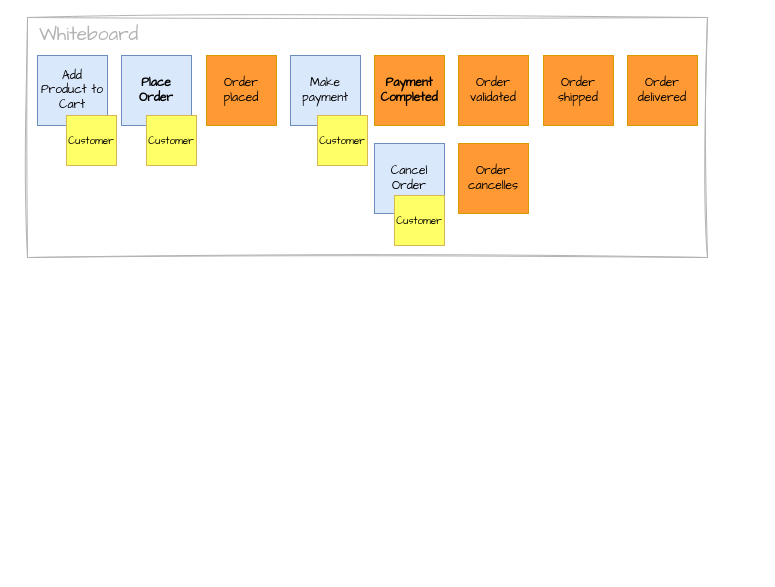
Before: page "01-BP03" (3 of 12) of content/en/knowledgebase/ddd-eventstorming/eventstorming.drawio in mauvaisetroupe/architech, a draw.io diagram. Source tidied: cells renumbered, new cells numbered last; positions are measured from the earlier drawing's top-left corner, leaving out a move shared by most shapes. Both pictures are drawn from the tidied source at 100%, with x=0, y=0 at pixel (27, 17).
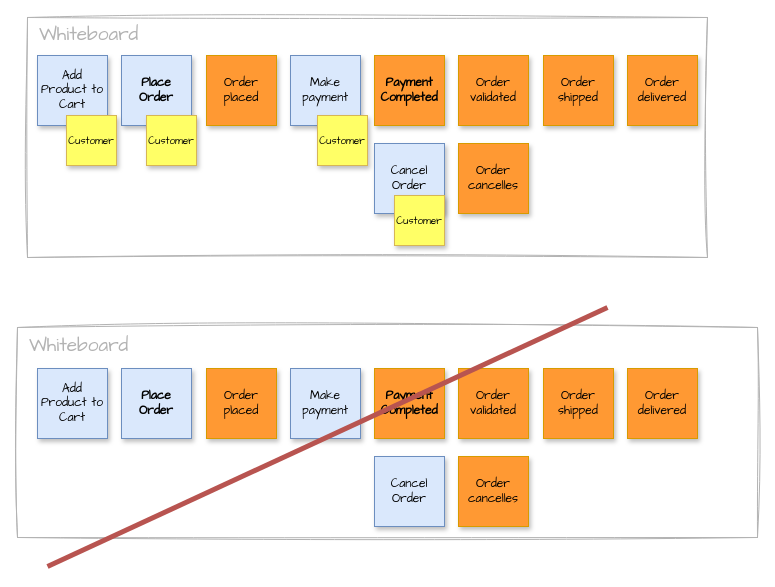
The same diagram, later.

The edit, as a diff of the source:
```diff
@@
-    <mxCell id="3" value="Order placed" style="whiteSpace=wrap;html=1;hachureGap=4;fontFamily=Architects Daughter;fillColor=#FF9933;strokeColor=#d79b00;spacingTop=2;spacingLeft=2;spacingBottom=2;spacingRight=2;align=center;verticalAlign=middle;fontSize=12;fontColor=default;" parent="1" vertex="1">
+    <mxCell id="3" value="Order placed" style="whiteSpace=wrap;html=1;hachureGap=4;fontFamily=Architects Daughter;fillColor=#FF9933;strokeColor=#d79b00;spacingTop=2;spacingLeft=2;spacingBottom=2;spacingRight=2;align=center;verticalAlign=middle;fontSize=12;fontColor=default;shadow=1;" parent="1" vertex="1">
       <mxGeometry x="179" y="38" width="70" height="70" as="geometry" />
     </mxCell>
-    <mxCell id="4" value="Order validated" style="whiteSpace=wrap;html=1;hachureGap=4;fontFamily=Architects Daughter;fillColor=#FF9933;strokeColor=#d79b00;spacingTop=2;spacingLeft=2;spacingBottom=2;spacingRight=2;align=center;verticalAlign=middle;fontSize=12;fontColor=default;" parent="1" vertex="1">
+    <mxCell id="4" value="Order validated" style="whiteSpace=wrap;html=1;hachureGap=4;fontFamily=Architects Daughter;fillColor=#FF9933;strokeColor=#d79b00;spacingTop=2;spacingLeft=2;spacingBottom=2;spacingRight=2;align=center;verticalAlign=middle;fontSize=12;fontColor=default;shadow=1;" parent="1" vertex="1">
       <mxGeometry x="431" y="38" width="70" height="70" as="geometry" />
     </mxCell>
-    <mxCell id="5" value="Order shipped" style="whiteSpace=wrap;html=1;hachureGap=4;fontFamily=Architects Daughter;fillColor=#FF9933;strokeColor=#d79b00;spacingTop=2;spacingLeft=2;spacingBottom=2;spacingRight=2;align=center;verticalAlign=middle;fontSize=12;fontColor=default;" parent="1" vertex="1">
+    <mxCell id="5" value="Order shipped" style="whiteSpace=wrap;html=1;hachureGap=4;fontFamily=Architects Daughter;fillColor=#FF9933;strokeColor=#d79b00;spacingTop=2;spacingLeft=2;spacingBottom=2;spacingRight=2;align=center;verticalAlign=middle;fontSize=12;fontColor=default;shadow=1;" parent="1" vertex="1">
       <mxGeometry x="516" y="38" width="70" height="70" as="geometry" />
     </mxCell>
-    <mxCell id="6" value="Order delivered" style="whiteSpace=wrap;html=1;hachureGap=4;fontFamily=Architects Daughter;fillColor=#FF9933;strokeColor=#d79b00;spacingTop=2;spacingLeft=2;spacingBottom=2;spacingRight=2;align=center;verticalAlign=middle;fontSize=12;fontColor=default;" parent="1" vertex="1">
+    <mxCell id="6" value="Order delivered" style="whiteSpace=wrap;html=1;hachureGap=4;fontFamily=Architects Daughter;fillColor=#FF9933;strokeColor=#d79b00;spacingTop=2;spacingLeft=2;spacingBottom=2;spacingRight=2;align=center;verticalAlign=middle;fontSize=12;fontColor=default;shadow=1;" parent="1" vertex="1">
       <mxGeometry x="600" y="38" width="70" height="70" as="geometry" />
     </mxCell>
-    <mxCell id="7" value="Order cancelles" style="whiteSpace=wrap;html=1;hachureGap=4;fontFamily=Architects Daughter;fillColor=#FF9933;strokeColor=#d79b00;spacingTop=2;spacingLeft=2;spacingBottom=2;spacingRight=2;" parent="1" vertex="1">
+    <mxCell id="7" value="Order cancelles" style="whiteSpace=wrap;html=1;hachureGap=4;fontFamily=Architects Daughter;fillColor=#FF9933;strokeColor=#d79b00;spacingTop=2;spacingLeft=2;spacingBottom=2;spacingRight=2;shadow=1;" parent="1" vertex="1">
       <mxGeometry x="431" y="126" width="70" height="70" as="geometry" />
     </mxCell>
-    <mxCell id="8" value="Add Product to Cart" style="whiteSpace=wrap;html=1;hachureGap=4;fontFamily=Architects Daughter;fillColor=#dae8fc;strokeColor=#6c8ebf;spacingTop=2;spacingLeft=2;spacingBottom=2;spacingRight=2;align=center;verticalAlign=middle;fontSize=12;" parent="1" vertex="1">
+    <mxCell id="8" value="Add Product to Cart" style="whiteSpace=wrap;html=1;hachureGap=4;fontFamily=Architects Daughter;fillColor=#dae8fc;strokeColor=#6c8ebf;spacingTop=2;spacingLeft=2;spacingBottom=2;spacingRight=2;align=center;verticalAlign=middle;fontSize=12;shadow=1;" parent="1" vertex="1">
       <mxGeometry x="10" y="38" width="70" height="70" as="geometry" />
     </mxCell>
-    <mxCell id="9" value="&lt;strong&gt;Place Order&lt;/strong&gt;" style="whiteSpace=wrap;html=1;hachureGap=4;fontFamily=Architects Daughter;fillColor=#dae8fc;strokeColor=#6c8ebf;spacingTop=2;spacingLeft=2;spacingBottom=2;spacingRight=2;align=center;verticalAlign=middle;fontSize=12;" parent="1" vertex="1">
+    <mxCell id="9" value="&lt;strong&gt;Place Order&lt;/strong&gt;" style="whiteSpace=wrap;html=1;hachureGap=4;fontFamily=Architects Daughter;fillColor=#dae8fc;strokeColor=#6c8ebf;spacingTop=2;spacingLeft=2;spacingBottom=2;spacingRight=2;align=center;verticalAlign=middle;fontSize=12;shadow=1;" parent="1" vertex="1">
       <mxGeometry x="94" y="38" width="70" height="70" as="geometry" />
     </mxCell>
-    <mxCell id="10" value="Cancel Order" style="whiteSpace=wrap;html=1;hachureGap=4;fontFamily=Architects Daughter;fillColor=#dae8fc;strokeColor=#6c8ebf;spacingTop=2;spacingLeft=2;spacingBottom=2;spacingRight=2;align=center;verticalAlign=middle;fontSize=12;" parent="1" vertex="1">
+    <mxCell id="10" value="Cancel Order" style="whiteSpace=wrap;html=1;hachureGap=4;fontFamily=Architects Daughter;fillColor=#dae8fc;strokeColor=#6c8ebf;spacingTop=2;spacingLeft=2;spacingBottom=2;spacingRight=2;align=center;verticalAlign=middle;fontSize=12;shadow=1;" parent="1" vertex="1">
       <mxGeometry x="347" y="126" width="70" height="70" as="geometry" />
     </mxCell>
-    <mxCell id="11" value="Make payment" style="whiteSpace=wrap;html=1;hachureGap=4;fontFamily=Architects Daughter;fillColor=#dae8fc;strokeColor=#6c8ebf;spacingTop=2;spacingLeft=2;spacingBottom=2;spacingRight=2;align=center;verticalAlign=middle;fontSize=12;" parent="1" vertex="1">
+    <mxCell id="11" value="Make payment" style="whiteSpace=wrap;html=1;hachureGap=4;fontFamily=Architects Daughter;fillColor=#dae8fc;strokeColor=#6c8ebf;spacingTop=2;spacingLeft=2;spacingBottom=2;spacingRight=2;align=center;verticalAlign=middle;fontSize=12;shadow=1;" parent="1" vertex="1">
       <mxGeometry x="263" y="38" width="70" height="70" as="geometry" />
     </mxCell>
-    <mxCell id="12" value="&lt;strong&gt;Payment Completed&lt;/strong&gt;" style="whiteSpace=wrap;html=1;hachureGap=4;fontFamily=Architects Daughter;fillColor=#FF9933;strokeColor=#d79b00;spacingTop=2;spacingLeft=2;spacingBottom=2;spacingRight=2;" parent="1" vertex="1">
+    <mxCell id="12" value="&lt;strong&gt;Payment Completed&lt;/strong&gt;" style="whiteSpace=wrap;html=1;hachureGap=4;fontFamily=Architects Daughter;fillColor=#FF9933;strokeColor=#d79b00;spacingTop=2;spacingLeft=2;spacingBottom=2;spacingRight=2;shadow=1;" parent="1" vertex="1">
       <mxGeometry x="347" y="38" width="70" height="70" as="geometry" />
     </mxCell>
-    <mxCell id="13" value="Customer" style="whiteSpace=wrap;html=1;hachureGap=4;fontFamily=Architects Daughter;fillColor=#FFFF66;strokeColor=#d6b656;spacingTop=2;spacingLeft=2;spacingBottom=2;spacingRight=2;fontSize=10;" parent="1" vertex="1">
+    <mxCell id="13" value="Customer" style="whiteSpace=wrap;html=1;hachureGap=4;fontFamily=Architects Daughter;fillColor=#FFFF66;strokeColor=#d6b656;spacingTop=2;spacingLeft=2;spacingBottom=2;spacingRight=2;fontSize=10;shadow=1;" parent="1" vertex="1">
       <mxGeometry x="39" y="98" width="50" height="50" as="geometry" />
     </mxCell>
-    <mxCell id="14" value="Customer" style="whiteSpace=wrap;html=1;hachureGap=4;fontFamily=Architects Daughter;fillColor=#FFFF66;strokeColor=#d6b656;spacingTop=2;spacingLeft=2;spacingBottom=2;spacingRight=2;fontSize=10;" parent="1" vertex="1">
+    <mxCell id="14" value="Customer" style="whiteSpace=wrap;html=1;hachureGap=4;fontFamily=Architects Daughter;fillColor=#FFFF66;strokeColor=#d6b656;spacingTop=2;spacingLeft=2;spacingBottom=2;spacingRight=2;fontSize=10;shadow=1;" parent="1" vertex="1">
       <mxGeometry x="119" y="98" width="50" height="50" as="geometry" />
     </mxCell>
-    <mxCell id="15" value="Customer" style="whiteSpace=wrap;html=1;hachureGap=4;fontFamily=Architects Daughter;fillColor=#FFFF66;strokeColor=#d6b656;spacingTop=2;spacingLeft=2;spacingBottom=2;spacingRight=2;fontSize=10;" parent="1" vertex="1">
+    <mxCell id="15" value="Customer" style="whiteSpace=wrap;html=1;hachureGap=4;fontFamily=Architects Daughter;fillColor=#FFFF66;strokeColor=#d6b656;spacingTop=2;spacingLeft=2;spacingBottom=2;spacingRight=2;fontSize=10;shadow=1;" parent="1" vertex="1">
       <mxGeometry x="290" y="98" width="50" height="50" as="geometry" />
     </mxCell>
-    <mxCell id="16" value="Customer" style="whiteSpace=wrap;html=1;hachureGap=4;fontFamily=Architects Daughter;fillColor=#FFFF66;strokeColor=#d6b656;spacingTop=2;spacingLeft=2;spacingBottom=2;spacingRight=2;fontSize=10;" parent="1" vertex="1">
+    <mxCell id="16" value="Customer" style="whiteSpace=wrap;html=1;hachureGap=4;fontFamily=Architects Daughter;fillColor=#FFFF66;strokeColor=#d6b656;spacingTop=2;spacingLeft=2;spacingBottom=2;spacingRight=2;fontSize=10;shadow=1;" parent="1" vertex="1">
       <mxGeometry x="367" y="178" width="50" height="50" as="geometry" />
     </mxCell>
@@
+    <mxCell id="18" style="rounded=0;whiteSpace=wrap;html=1;sketch=1;hachureGap=4;jiggle=2;curveFitting=1;fontFamily=Architects Daughter;strokeColor=#B3B3B3;" parent="1" vertex="1">
+      <mxGeometry x="-10" y="310" width="740" height="210" as="geometry" />
+    </mxCell>
+    <mxCell id="19" value="Order placed" style="whiteSpace=wrap;html=1;hachureGap=4;fontFamily=Architects Daughter;fillColor=#FF9933;strokeColor=#d79b00;spacingTop=2;spacingLeft=2;spacingBottom=2;spacingRight=2;align=center;verticalAlign=middle;fontSize=12;fontColor=default;shadow=1;" parent="1" vertex="1">
+      <mxGeometry x="179" y="351" width="70" height="70" as="geometry" />
+    </mxCell>
+    <mxCell id="20" value="Order validated" style="whiteSpace=wrap;html=1;hachureGap=4;fontFamily=Architects Daughter;fillColor=#FF9933;strokeColor=#d79b00;spacingTop=2;spacingLeft=2;spacingBottom=2;spacingRight=2;align=center;verticalAlign=middle;fontSize=12;fontColor=default;shadow=1;" parent="1" vertex="1">
+      <mxGeometry x="431" y="351" width="70" height="70" as="geometry" />
+    </mxCell>
+    <mxCell id="21" value="Order shipped" style="whiteSpace=wrap;html=1;hachureGap=4;fontFamily=Architects Daughter;fillColor=#FF9933;strokeColor=#d79b00;spacingTop=2;spacingLeft=2;spacingBottom=2;spacingRight=2;align=center;verticalAlign=middle;fontSize=12;fontColor=default;shadow=1;" parent="1" vertex="1">
+      <mxGeometry x="516" y="351" width="70" height="70" as="geometry" />
+    </mxCell>
+    <mxCell id="22" value="Order delivered" style="whiteSpace=wrap;html=1;hachureGap=4;fontFamily=Architects Daughter;fillColor=#FF9933;strokeColor=#d79b00;spacingTop=2;spacingLeft=2;spacingBottom=2;spacingRight=2;align=center;verticalAlign=middle;fontSize=12;fontColor=default;shadow=1;" parent="1" vertex="1">
+      <mxGeometry x="600" y="351" width="70" height="70" as="geometry" />
+    </mxCell>
+    <mxCell id="23" value="Order cancelles" style="whiteSpace=wrap;html=1;hachureGap=4;fontFamily=Architects Daughter;fillColor=#FF9933;strokeColor=#d79b00;spacingTop=2;spacingLeft=2;spacingBottom=2;spacingRight=2;shadow=1;" parent="1" vertex="1">
+      <mxGeometry x="431" y="439" width="70" height="70" as="geometry" />
+    </mxCell>
+    <mxCell id="24" value="Add Product to Cart" style="whiteSpace=wrap;html=1;hachureGap=4;fontFamily=Architects Daughter;fillColor=#dae8fc;strokeColor=#6c8ebf;spacingTop=2;spacingLeft=2;spacingBottom=2;spacingRight=2;align=center;verticalAlign=middle;fontSize=12;shadow=1;" parent="1" vertex="1">
+      <mxGeometry x="10" y="351" width="70" height="70" as="geometry" />
+    </mxCell>
+    <mxCell id="25" value="&lt;strong&gt;Place Order&lt;/strong&gt;" style="whiteSpace=wrap;html=1;hachureGap=4;fontFamily=Architects Daughter;fillColor=#dae8fc;strokeColor=#6c8ebf;spacingTop=2;spacingLeft=2;spacingBottom=2;spacingRight=2;align=center;verticalAlign=middle;fontSize=12;shadow=1;" parent="1" vertex="1">
+      <mxGeometry x="94" y="351" width="70" height="70" as="geometry" />
+    </mxCell>
+    <mxCell id="26" value="Cancel Order" style="whiteSpace=wrap;html=1;hachureGap=4;fontFamily=Architects Daughter;fillColor=#dae8fc;strokeColor=#6c8ebf;spacingTop=2;spacingLeft=2;spacingBottom=2;spacingRight=2;align=center;verticalAlign=middle;fontSize=12;shadow=1;" parent="1" vertex="1">
+      <mxGeometry x="347" y="439" width="70" height="70" as="geometry" />
+    </mxCell>
+    <mxCell id="27" value="Make payment" style="whiteSpace=wrap;html=1;hachureGap=4;fontFamily=Architects Daughter;fillColor=#dae8fc;strokeColor=#6c8ebf;spacingTop=2;spacingLeft=2;spacingBottom=2;spacingRight=2;align=center;verticalAlign=middle;fontSize=12;shadow=1;" parent="1" vertex="1">
+      <mxGeometry x="263" y="351" width="70" height="70" as="geometry" />
+    </mxCell>
+    <mxCell id="28" value="&lt;strong&gt;Payment Completed&lt;/strong&gt;" style="whiteSpace=wrap;html=1;hachureGap=4;fontFamily=Architects Daughter;fillColor=#FF9933;strokeColor=#d79b00;spacingTop=2;spacingLeft=2;spacingBottom=2;spacingRight=2;shadow=1;" parent="1" vertex="1">
+      <mxGeometry x="347" y="351" width="70" height="70" as="geometry" />
+    </mxCell>
+    <mxCell id="29" value="&lt;span style=&quot;font-family: &amp;quot;Architects Daughter&amp;quot;; font-size: 19px; font-style: normal; font-variant-ligatures: normal; font-variant-caps: normal; font-weight: 400; letter-spacing: normal; orphans: 2; text-align: center; text-indent: 0px; text-transform: none; widows: 2; word-spacing: 0px; -webkit-text-stroke-width: 0px; white-space: nowrap; background-color: rgb(255, 255, 255); text-decoration-thickness: initial; text-decoration-style: initial; text-decoration-color: initial; float: none; display: inline !important;&quot;&gt;Whiteboard&lt;/span&gt;" style="text;whiteSpace=wrap;html=1;fontFamily=Architects Daughter;fontColor=#B3B3B3;" parent="1" vertex="1">
+      <mxGeometry y="311" width="88" height="27" as="geometry" />
+    </mxCell>
+    <mxCell id="30" style="endArrow=none;html=1;rounded=0;fillColor=#f8cecc;strokeColor=#b85450;strokeWidth=5;" parent="1" edge="1">
+      <mxGeometry relative="1" as="geometry">
+        <mxPoint x="20" y="549" as="sourcePoint" />
+        <mxPoint x="580" y="290" as="targetPoint" />
+      </mxGeometry>
+    </mxCell>
```
